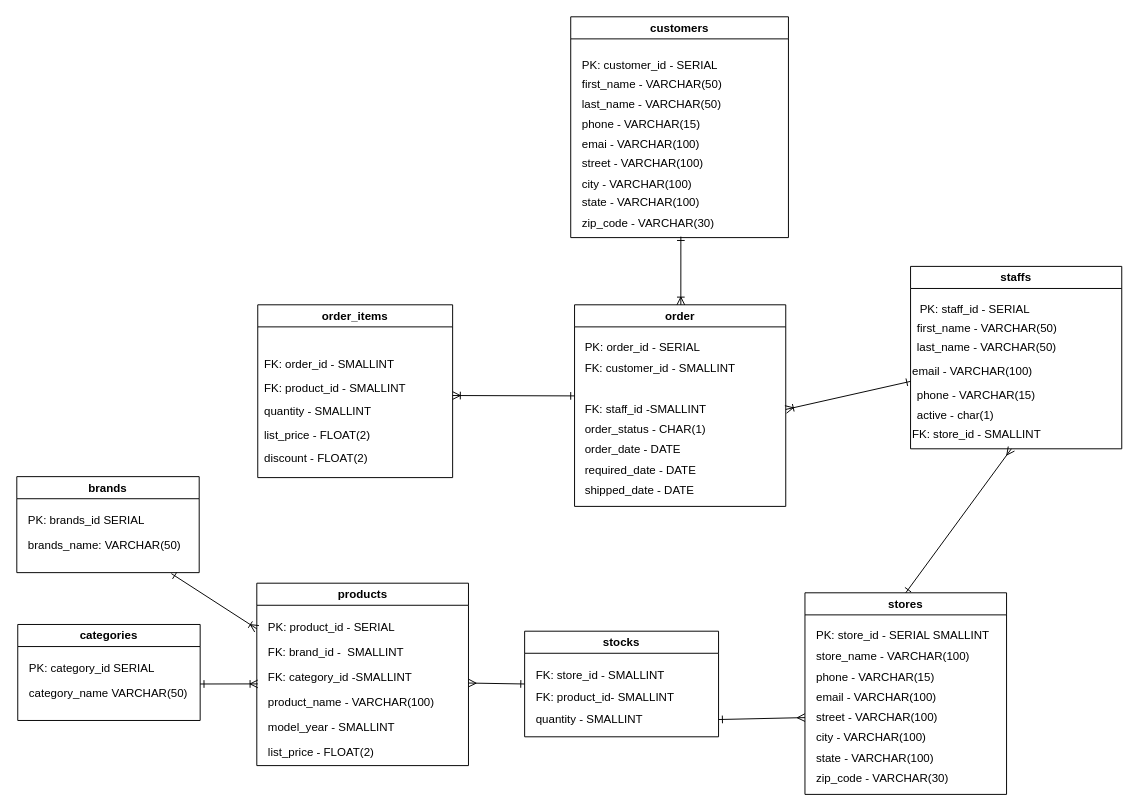
Earlier version of the draw.io diagram docs/diagrams/DER.drawio (mauriciobenjamin700/Projeto_03_ADA). Source tidied: cells renumbered, new cells numbered last; positions are measured from the earlier drawing's top-left corner, leaving out a move shared by most shapes. Both pictures are drawn from the tidied source at 96%, with x=0, y=0 at pixel (16, 16).
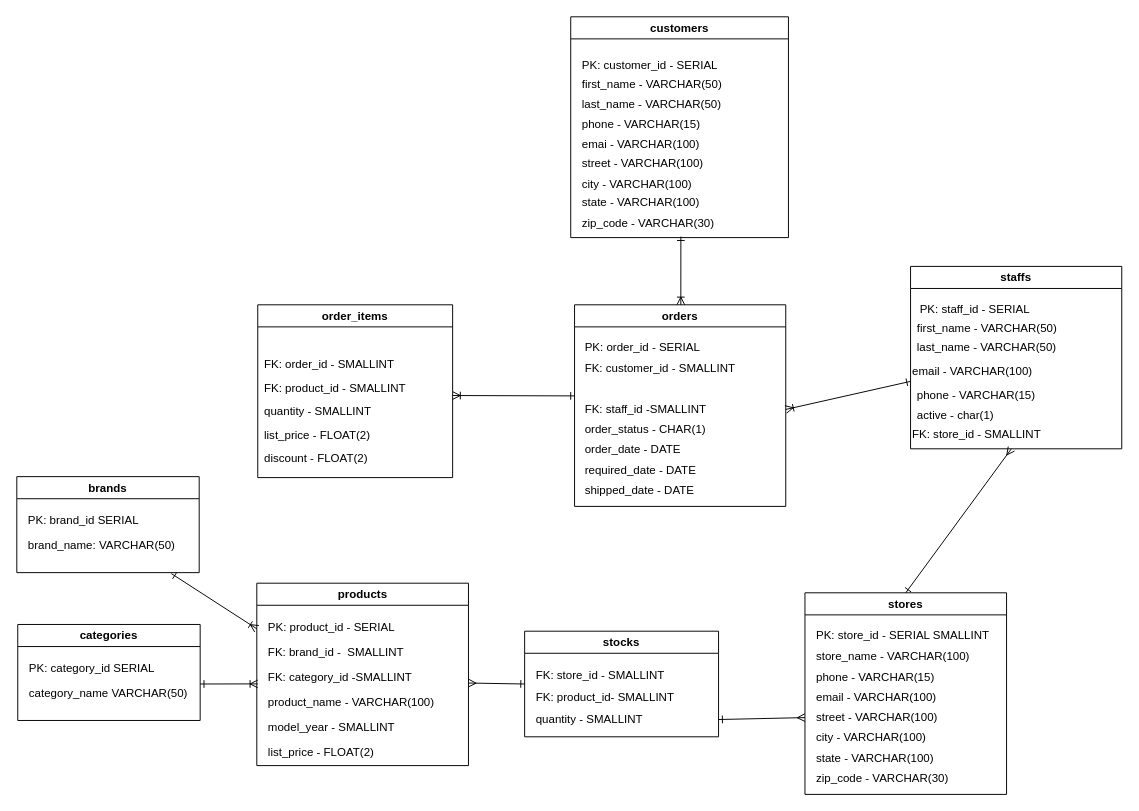
After the change.

The change refers to these unchanged cells:
```xml
<mxCell id="2" style="group;" parent="1" vertex="1">
  <mxGeometry x="581" y="300" width="220" height="210" as="geometry" />
</mxCell>
<mxCell id="69" value="brands" style="swimlane;whiteSpace=wrap;html=1;" parent="68" vertex="1">
  <mxGeometry width="190" height="100" as="geometry" />
</mxCell>
```

The edit, as a diff of the source:
```diff
@@
-    <mxCell id="3" value="order" style="swimlane;whiteSpace=wrap;html=1;" parent="2" vertex="1">
+    <mxCell id="3" value="orders" style="swimlane;whiteSpace=wrap;html=1;" parent="2" vertex="1">
       <mxGeometry width="220" height="210" as="geometry" />
     </mxCell>
@@
-    <mxCell id="70" value="PK: brands_id SERIAL" style="text;html=1;strokeColor=none;fillColor=none;align=left;verticalAlign=middle;whiteSpace=wrap;rounded=0;" parent="69" vertex="1">
+    <mxCell id="70" value="PK: brand_id SERIAL" style="text;html=1;strokeColor=none;fillColor=none;align=left;verticalAlign=middle;whiteSpace=wrap;rounded=0;" parent="69" vertex="1">
       <mxGeometry x="10" y="25.7" width="180" height="40" as="geometry" />
     </mxCell>
-    <mxCell id="71" value="brands_name: VARCHAR(50)" style="text;html=1;strokeColor=none;fillColor=none;align=left;verticalAlign=middle;whiteSpace=wrap;rounded=0;" parent="69" vertex="1">
+    <mxCell id="71" value="brand_name: VARCHAR(50)" style="text;html=1;strokeColor=none;fillColor=none;align=left;verticalAlign=middle;whiteSpace=wrap;rounded=0;" parent="69" vertex="1">
       <mxGeometry x="10" y="52" width="180" height="40" as="geometry" />
     </mxCell>
```
